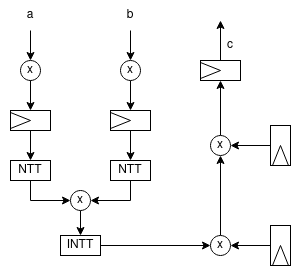
Before: bcs/images/polynomial_multiplication.png, a diagram exported from draw.io (vikke1234/bcs). Source tidied: cells renumbered, new cells last; positions are measured from the earlier drawing's top-left corner, leaving out a move shared by most shapes.
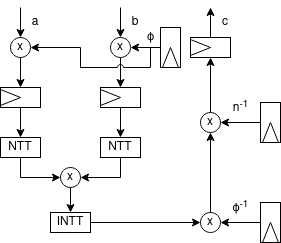
The same diagram one commit later.

Commit message:
Add NTT schematic

Diff of the diagram source:
```diff
@@ -2,8 +2,10 @@
   <root>
     <mxCell id="0" />
     <mxCell id="1" parent="0" />
-    <mxCell id="2" style="endArrow=classic;html=1;rounded=0;" parent="1" edge="1" source="27" target="3">
-      <mxGeometry relative="1" as="geometry" />
+    <mxCell id="2" style="endArrow=classic;html=1;rounded=0;" parent="1" edge="1" target="3">
+      <mxGeometry relative="1" as="geometry">
+        <mxPoint x="30" y="30" as="sourcePoint" />
+      </mxGeometry>
     </mxCell>
     <mxCell id="3" value="x" style="ellipse;whiteSpace=wrap;html=1;" parent="1" vertex="1">
       <mxGeometry x="20" y="60" width="20" height="20" as="geometry" />
@@ -75,17 +77,17 @@
     </mxCell>
     <mxCell id="25" style="endArrow=classic;html=1;rounded=0;exitX=1;exitY=0.5;exitDx=0;exitDy=0;exitPerimeter=0;" parent="1" edge="1" source="24">
       <mxGeometry relative="1" as="geometry">
-        <mxPoint x="220" y="20" as="targetPoint" />
+        <mxPoint x="220" y="30" as="targetPoint" />
       </mxGeometry>
     </mxCell>
     <mxCell id="26" value="c" style="text;html=1;strokeColor=none;fillColor=none;align=center;verticalAlign=middle;whiteSpace=wrap;rounded=0;" parent="1" vertex="1">
-      <mxGeometry x="200" y="30" width="60" height="30" as="geometry" />
+      <mxGeometry x="230" y="40" width="10" height="10" as="geometry" />
     </mxCell>
     <mxCell id="27" value="a" style="text;html=1;strokeColor=none;fillColor=none;align=center;verticalAlign=middle;whiteSpace=wrap;rounded=0;" parent="1" vertex="1">
-      <mxGeometry width="60" height="30" as="geometry" />
+      <mxGeometry x="40" y="40" width="10" height="10" as="geometry" />
     </mxCell>
     <mxCell id="28" value="b" style="text;html=1;strokeColor=none;fillColor=none;align=center;verticalAlign=middle;whiteSpace=wrap;rounded=0;" parent="1" vertex="1">
-      <mxGeometry x="100" width="60" height="30" as="geometry" />
+      <mxGeometry x="140" y="40" width="10" height="10" as="geometry" />
     </mxCell>
     <mxCell id="29" style="edgeStyle=orthogonalEdgeStyle;rounded=0;jettySize=auto;html=1;exitX=1;exitY=0.5;exitDx=0;exitDy=0;exitPerimeter=0;entryX=1;entryY=0.5;entryDx=0;entryDy=0;" parent="1" edge="1" source="30" target="23">
       <mxGeometry relative="1" as="geometry" />
@@ -99,5 +101,34 @@
     <mxCell id="32" style="verticalLabelPosition=bottom;align=center;outlineConnect=0;dashed=0;html=1;verticalAlign=top;shape=mxgraph.pid.flow_sensors.wedge;rotation=-180;" parent="1" vertex="1">
       <mxGeometry x="270" y="225" width="20" height="40" as="geometry" />
     </mxCell>
+    <mxCell id="33" value="n&lt;sup&gt;-1&lt;/sup&gt;" style="text;html=1;align=center;verticalAlign=middle;strokeColor=none;fillColor=none;" parent="1" vertex="1">
+      <mxGeometry x="235" y="120" width="30" height="20" as="geometry" />
+    </mxCell>
+    <mxCell id="34" value="&lt;span class=&quot;ILfuVd NA6bn&quot;&gt;&lt;span class=&quot;hgKElc&quot;&gt;ϕ&lt;sup&gt;-1&lt;/sup&gt;&lt;/span&gt;&lt;/span&gt;" style="text;html=1;align=center;verticalAlign=middle;strokeColor=none;fillColor=none;" parent="1" vertex="1">
+      <mxGeometry x="235" y="220" width="30" height="20" as="geometry" />
+    </mxCell>
+    <mxCell id="35" style="edgeStyle=orthogonalEdgeStyle;rounded=0;jumpStyle=arc;jettySize=auto;html=1;exitX=1;exitY=0.5;exitDx=0;exitDy=0;exitPerimeter=0;entryX=1;entryY=0.5;entryDx=0;entryDy=0;shadow=0;" parent="1" edge="1" source="37" target="12">
+      <mxGeometry relative="1" as="geometry">
+        <Array as="points">
+          <mxPoint x="170" y="70" />
+        </Array>
+      </mxGeometry>
+    </mxCell>
+    <mxCell id="36" style="edgeStyle=orthogonalEdgeStyle;rounded=0;jumpStyle=arc;jettySize=auto;html=1;exitX=1;exitY=0.5;exitDx=0;exitDy=0;exitPerimeter=0;entryX=1;entryY=0.5;entryDx=0;entryDy=0;shadow=0;" parent="1" edge="1" source="37" target="3">
+      <mxGeometry relative="1" as="geometry">
+        <Array as="points">
+          <mxPoint x="160" y="70" />
+          <mxPoint x="160" y="90" />
+          <mxPoint x="90" y="90" />
+          <mxPoint x="90" y="70" />
+        </Array>
+      </mxGeometry>
+    </mxCell>
+    <mxCell id="37" style="verticalLabelPosition=bottom;align=center;outlineConnect=0;dashed=0;html=1;verticalAlign=top;shape=mxgraph.pid.flow_sensors.wedge;rotation=-180;" parent="1" vertex="1">
+      <mxGeometry x="170" y="50" width="20" height="40" as="geometry" />
+    </mxCell>
+    <mxCell id="38" value="&lt;span class=&quot;ILfuVd NA6bn&quot;&gt;&lt;span class=&quot;hgKElc&quot;&gt;ϕ&lt;/span&gt;&lt;/span&gt;" style="text;html=1;align=center;verticalAlign=middle;strokeColor=none;fillColor=none;" parent="1" vertex="1">
+      <mxGeometry x="150" y="50" width="20" height="20" as="geometry" />
+    </mxCell>
   </root>
 </mxGraphModel>
```
